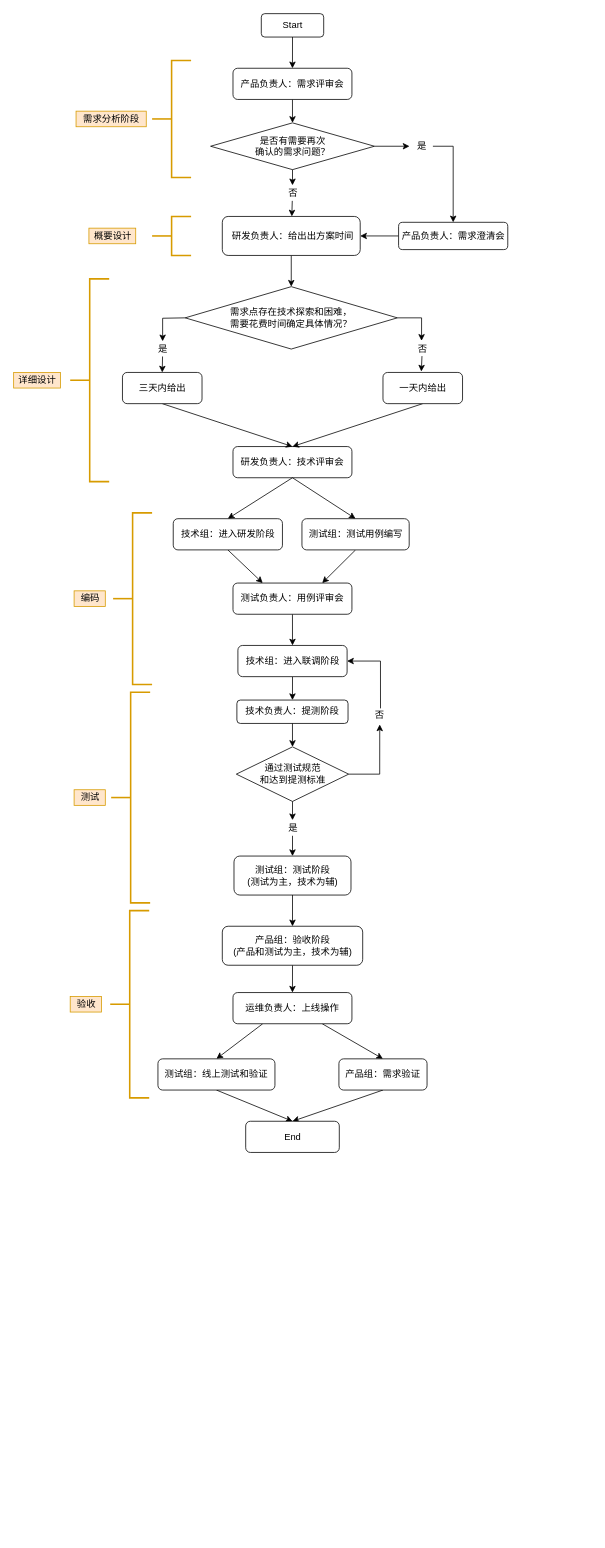
Above: 研发迭代流程图.drawio in liu12fei08fei/draw-io (draw.io), before the change. Source tidied: cells renumbered, new cells numbered last; positions are measured from the earlier drawing's top-left corner, leaving out a move shared by most shapes. Both pictures are drawn from the tidied source at 78%, with x=0, y=0 at pixel (13, 13).
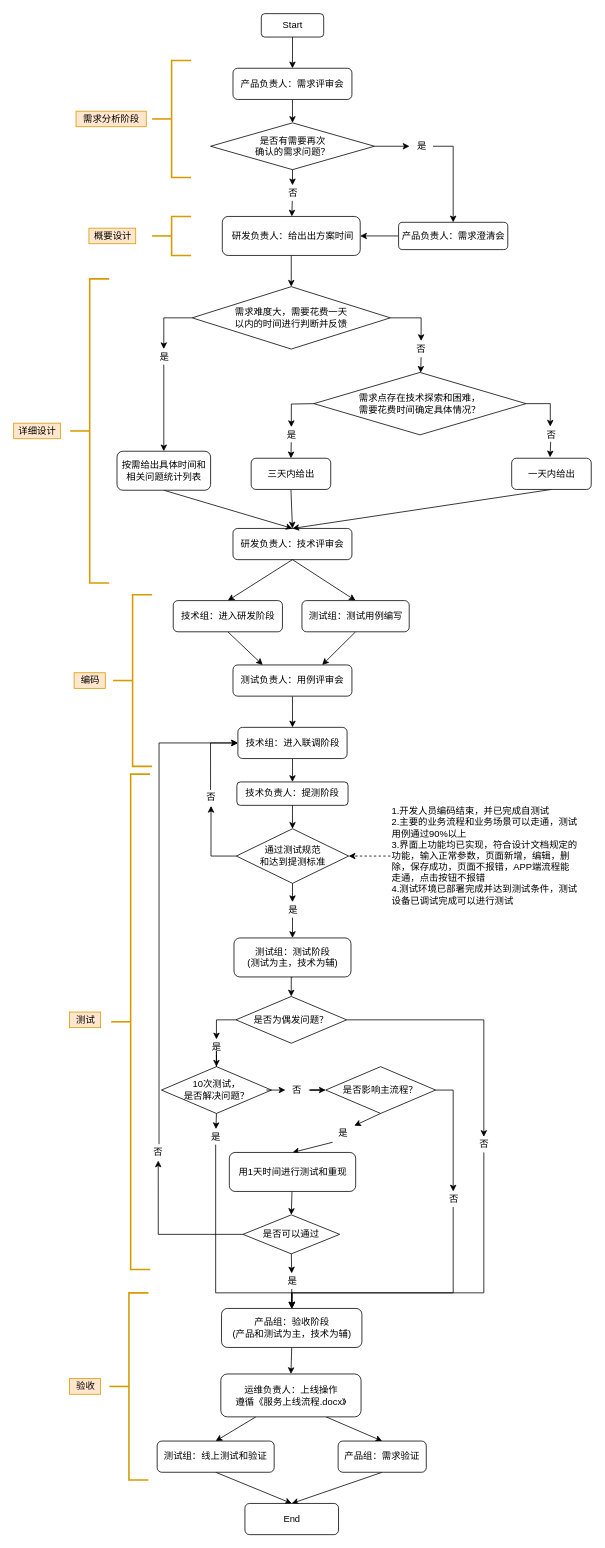
The same page after the edit.

Commit message:
更新研发迭代流程图.drawio

Unchanged cells that the change refers to:
```xml
<mxCell id="43" value="&amp;nbsp;研发负责人：给出出方案时间" style="rounded=1;whiteSpace=wrap;html=1;" parent="1" vertex="1">
  <mxGeometry x="267.5" y="260" width="176.8" height="50" as="geometry" />
</mxCell>
```

Change to the diagram source:
```diff
@@
     <mxCell id="8" value="研发负责人：技术评审会" style="rounded=1;whiteSpace=wrap;html=1;" parent="1" vertex="1">
-      <mxGeometry x="281.2" y="555" width="152.5" height="40" as="geometry" />
+      <mxGeometry x="281.2" y="660" width="152.5" height="40" as="geometry" />
     </mxCell>
@@
     <mxCell id="12" value="技术组：进入研发阶段" style="rounded=1;whiteSpace=wrap;html=1;" parent="1" vertex="1">
-      <mxGeometry x="204.6" y="647.5" width="140" height="40" as="geometry" />
+      <mxGeometry x="204.6" y="752.5" width="140" height="40" as="geometry" />
     </mxCell>
@@
     <mxCell id="14" value="测试组：测试用例编写" style="rounded=1;whiteSpace=wrap;html=1;" parent="1" vertex="1">
-      <mxGeometry x="369.6" y="647.5" width="137.5" height="40" as="geometry" />
+      <mxGeometry x="369.6" y="752.5" width="137.5" height="40" as="geometry" />
     </mxCell>
@@
     <mxCell id="16" value="测试负责人：用例评审会" style="rounded=1;whiteSpace=wrap;html=1;" parent="1" vertex="1">
-      <mxGeometry x="281.2" y="730" width="152.5" height="40" as="geometry" />
+      <mxGeometry x="281.2" y="835" width="152.5" height="40" as="geometry" />
     </mxCell>
@@
     <mxCell id="18" value="技术组：进入联调阶段" style="rounded=1;whiteSpace=wrap;html=1;" parent="1" vertex="1">
-      <mxGeometry x="287.5" y="810" width="140" height="40" as="geometry" />
+      <mxGeometry x="287.5" y="915" width="140" height="40" as="geometry" />
     </mxCell>
@@
     <mxCell id="20" value="技术负责人：提测阶段" style="rounded=1;whiteSpace=wrap;html=1;" parent="1" vertex="1">
-      <mxGeometry x="286.2" y="880" width="142.5" height="30" as="geometry" />
+      <mxGeometry x="286.2" y="985" width="142.5" height="30" as="geometry" />
     </mxCell>
-    <mxCell id="21" style="edgeStyle=none;rounded=0;jettySize=auto;html=1;exitX=0.5;exitY=1;exitDx=0;exitDy=0;entryX=0.5;entryY=0;entryDx=0;entryDy=0;" parent="1" edge="1" source="22" target="24">
-      <mxGeometry relative="1" as="geometry" />
-    </mxCell>
+    <mxCell id="72" style="edgeStyle=orthogonalEdgeStyle;rounded=0;jettySize=auto;html=1;exitX=0.5;exitY=1;exitDx=0;exitDy=0;entryX=0.5;entryY=0;entryDx=0;entryDy=0;fontSize=4;fontColor=#FFB570;" parent="1" edge="1" source="22" target="90">
+      <mxGeometry relative="1" as="geometry" />
+    </mxCell>
     <mxCell id="22" value="测试组：测试阶段&lt;br&gt;(测试为主，技术为辅)" style="rounded=1;whiteSpace=wrap;html=1;" parent="1" vertex="1">
-      <mxGeometry x="282.5" y="1080" width="150" height="50" as="geometry" />
+      <mxGeometry x="282.5" y="1185" width="150" height="50" as="geometry" />
     </mxCell>
@@
     <mxCell id="24" value="产品组：验收阶段&lt;br&gt;(产品和测试为主，技术为辅)" style="rounded=1;whiteSpace=wrap;html=1;" parent="1" vertex="1">
-      <mxGeometry x="267.5" y="1170" width="180" height="50" as="geometry" />
+      <mxGeometry x="266.5" y="1660" width="180" height="50" as="geometry" />
     </mxCell>
@@
-    <mxCell id="27" value="运维负责人：上线操作" style="rounded=1;whiteSpace=wrap;html=1;" parent="1" vertex="1">
-      <mxGeometry x="281.2" y="1255" width="152.5" height="40" as="geometry" />
+    <mxCell id="27" value="运维负责人：上线操作&lt;br&gt;遵循《服务上线流程.docx》" style="rounded=1;whiteSpace=wrap;html=1;" parent="1" vertex="1">
+      <mxGeometry x="265.6" y="1744" width="179.8" height="55" as="geometry" />
     </mxCell>
@@
     <mxCell id="29" value="测试组：线上测试和验证" style="rounded=1;whiteSpace=wrap;html=1;" parent="1" vertex="1">
-      <mxGeometry x="185" y="1340" width="150" height="40" as="geometry" />
+      <mxGeometry x="184" y="1830" width="150" height="40" as="geometry" />
     </mxCell>
     <mxCell id="30" style="edgeStyle=none;rounded=0;jettySize=auto;html=1;exitX=0.5;exitY=1;exitDx=0;exitDy=0;" parent="1" edge="1" source="31">
       <mxGeometry relative="1" as="geometry">
-        <mxPoint x="357.5" y="1420" as="targetPoint" />
+        <mxPoint x="356.5" y="1910" as="targetPoint" />
       </mxGeometry>
     </mxCell>
     <mxCell id="31" value="产品组：需求验证" style="rounded=1;whiteSpace=wrap;html=1;" parent="1" vertex="1">
-      <mxGeometry x="417" y="1340" width="113" height="40" as="geometry" />
+      <mxGeometry x="416" y="1830" width="113" height="40" as="geometry" />
     </mxCell>
     <mxCell id="32" value="End" style="rounded=1;whiteSpace=wrap;html=1;" parent="1" vertex="1">
-      <mxGeometry x="297.5" y="1420" width="120" height="40" as="geometry" />
+      <mxGeometry x="296.5" y="1910" width="120" height="40" as="geometry" />
     </mxCell>
@@
     <mxCell id="37" style="strokeWidth=2;html=1;shape=mxgraph.flowchart.annotation_2;align=left;labelPosition=right;fillColor=#ffe6cc;strokeColor=#d79b00;" parent="1" vertex="1">
-      <mxGeometry x="72.5" y="340" width="50" height="260" as="geometry" />
+      <mxGeometry x="72.5" y="340" width="50" height="390" as="geometry" />
     </mxCell>
     <mxCell id="38" value="详细设计" style="text;html=1;align=center;verticalAlign=middle;fillColor=#ffe6cc;strokeColor=#d79b00;" parent="1" vertex="1">
-      <mxGeometry y="460" width="60" height="20" as="geometry" />
+      <mxGeometry y="525" width="60" height="20" as="geometry" />
     </mxCell>
@@
-    <mxCell id="42" style="edgeStyle=none;rounded=0;jettySize=auto;html=1;exitX=0.5;exitY=1;exitDx=0;exitDy=0;entryX=0.5;entryY=0;entryDx=0;entryDy=0;" parent="1" edge="1" source="43" target="46">
-      <mxGeometry relative="1" as="geometry" />
-    </mxCell>
+    <mxCell id="73" style="rounded=0;jettySize=auto;html=1;entryX=0.5;entryY=0;entryDx=0;entryDy=0;" parent="1" edge="1" source="43" target="78">
+      <mxGeometry relative="1" as="geometry" />
+    </mxCell>
@@
     <mxCell id="46" value="需求点存在技术探索和困难，&lt;br&gt;需要花费时间确定具体情况？" style="rhombus;whiteSpace=wrap;html=1;" parent="1" vertex="1">
-      <mxGeometry x="219.9" y="350" width="272" height="80" as="geometry" />
+      <mxGeometry x="384.9" y="460" width="272" height="80" as="geometry" />
     </mxCell>
@@
     <mxCell id="48" value="三天内给出" style="rounded=1;whiteSpace=wrap;html=1;" parent="1" vertex="1">
-      <mxGeometry x="139.5" y="460" width="102" height="40" as="geometry" />
+      <mxGeometry x="304.5" y="570" width="102" height="40" as="geometry" />
     </mxCell>
@@
     <mxCell id="50" value="一天内给出" style="rounded=1;whiteSpace=wrap;html=1;" parent="1" vertex="1">
-      <mxGeometry x="473.5" y="460" width="102" height="40" as="geometry" />
+      <mxGeometry x="638.5" y="570" width="102" height="40" as="geometry" />
     </mxCell>
@@
     <mxCell id="55" value="是" style="text;html=1;align=center;verticalAlign=middle;points=[];" parent="1" vertex="1">
-      <mxGeometry x="176" y="420" width="30" height="20" as="geometry" />
+      <mxGeometry x="341" y="530" width="30" height="20" as="geometry" />
     </mxCell>
     <mxCell id="56" style="edgeStyle=orthogonalEdgeStyle;rounded=0;jettySize=auto;html=1;entryX=0.5;entryY=0;entryDx=0;entryDy=0;" parent="1" edge="1" target="55">
       <mxGeometry relative="1" as="geometry">
-        <mxPoint x="220" y="390" as="sourcePoint" />
+        <mxPoint x="385" y="500" as="sourcePoint" />
       </mxGeometry>
     </mxCell>
     <mxCell id="57" value="否" style="text;html=1;align=center;verticalAlign=middle;points=[];" parent="1" vertex="1">
-      <mxGeometry x="508.5" y="420" width="30" height="20" as="geometry" />
+      <mxGeometry x="673.5" y="530" width="30" height="20" as="geometry" />
     </mxCell>
@@
-    <mxCell id="59" style="edgeStyle=orthogonalEdgeStyle;rounded=0;jettySize=auto;html=1;exitX=0.561;exitY=0.033;exitDx=0;exitDy=0;entryX=1;entryY=0.5;entryDx=0;entryDy=0;exitPerimeter=0;" parent="1" edge="1" source="65" target="18">
-      <mxGeometry relative="1" as="geometry" />
-    </mxCell>
-    <mxCell id="60" style="edgeStyle=orthogonalEdgeStyle;rounded=0;jettySize=auto;html=1;exitX=1;exitY=0.5;exitDx=0;exitDy=0;entryX=0.528;entryY=1.067;entryDx=0;entryDy=0;entryPerimeter=0;" parent="1" edge="1" source="61" target="65">
-      <mxGeometry relative="1" as="geometry" />
-    </mxCell>
+    <mxCell id="74" style="rounded=0;jettySize=auto;html=1;exitX=0.498;exitY=0.01;exitDx=0;exitDy=0;entryX=0;entryY=0.5;entryDx=0;entryDy=0;exitPerimeter=0;edgeStyle=orthogonalEdgeStyle;" parent="1" edge="1" source="85" target="18">
+      <mxGeometry relative="1" as="geometry" />
+    </mxCell>
+    <mxCell id="75" style="edgeStyle=orthogonalEdgeStyle;rounded=0;jettySize=auto;html=1;exitX=0;exitY=0.5;exitDx=0;exitDy=0;entryX=0.518;entryY=1.039;entryDx=0;entryDy=0;entryPerimeter=0;" parent="1" edge="1" source="61" target="85">
+      <mxGeometry relative="1" as="geometry" />
+    </mxCell>
     <mxCell id="61" value="通过测试规范&lt;br&gt;和达到提测标准" style="rhombus;whiteSpace=wrap;html=1;rounded=0;" parent="1" vertex="1">
-      <mxGeometry x="285.5" y="940" width="144" height="70" as="geometry" />
+      <mxGeometry x="285.5" y="1045" width="144" height="70" as="geometry" />
     </mxCell>
@@
     <mxCell id="63" value="是" style="text;html=1;align=center;verticalAlign=middle;points=[];" parent="1" vertex="1">
-      <mxGeometry x="342.5" y="1034" width="30" height="20" as="geometry" />
+      <mxGeometry x="342.5" y="1139" width="30" height="20" as="geometry" />
     </mxCell>
@@
-    <mxCell id="65" value="否" style="text;html=1;align=center;verticalAlign=middle;points=[];" parent="1" vertex="1">
-      <mxGeometry x="453.5" y="890" width="30" height="20" as="geometry" />
-    </mxCell>
     <mxCell id="66" style="strokeWidth=2;html=1;shape=mxgraph.flowchart.annotation_2;align=left;labelPosition=right;fillColor=#ffe6cc;strokeColor=#d79b00;" parent="1" vertex="1">
-      <mxGeometry x="127.5" y="640" width="50" height="220" as="geometry" />
+      <mxGeometry x="127.5" y="745" width="50" height="220" as="geometry" />
     </mxCell>
     <mxCell id="67" value="编码" style="text;html=1;align=center;verticalAlign=middle;fillColor=#ffe6cc;strokeColor=#d79b00;" parent="1" vertex="1">
-      <mxGeometry x="77.5" y="740" width="40" height="20" as="geometry" />
+      <mxGeometry x="77.5" y="845" width="40" height="20" as="geometry" />
     </mxCell>
     <mxCell id="68" style="strokeWidth=2;html=1;shape=mxgraph.flowchart.annotation_2;align=left;labelPosition=right;fillColor=#ffe6cc;strokeColor=#d79b00;" parent="1" vertex="1">
-      <mxGeometry x="125" y="870" width="50" height="270" as="geometry" />
+      <mxGeometry x="125" y="975" width="50" height="635" as="geometry" />
     </mxCell>
     <mxCell id="69" value="测试" style="text;html=1;align=center;verticalAlign=middle;fillColor=#ffe6cc;strokeColor=#d79b00;" parent="1" vertex="1">
-      <mxGeometry x="77.5" y="995" width="40" height="20" as="geometry" />
+      <mxGeometry x="71.5" y="1280" width="40" height="20" as="geometry" />
     </mxCell>
     <mxCell id="70" style="strokeWidth=2;html=1;shape=mxgraph.flowchart.annotation_2;align=left;labelPosition=right;fillColor=#ffe6cc;strokeColor=#d79b00;" parent="1" vertex="1">
-      <mxGeometry x="123.8" y="1150" width="50" height="240" as="geometry" />
+      <mxGeometry x="122.8" y="1640" width="50" height="240" as="geometry" />
     </mxCell>
     <mxCell id="71" value="验收" style="text;html=1;align=center;verticalAlign=middle;fillColor=#ffe6cc;strokeColor=#d79b00;" parent="1" vertex="1">
-      <mxGeometry x="72.5" y="1260" width="40" height="20" as="geometry" />
+      <mxGeometry x="71.5" y="1750" width="40" height="20" as="geometry" />
     </mxCell>
+    <mxCell id="76" style="edgeStyle=orthogonalEdgeStyle;rounded=0;jettySize=auto;html=1;exitX=0.5;exitY=1;exitDx=0;exitDy=0;exitPerimeter=0;" parent="1" edge="1" source="81" target="80">
+      <mxGeometry relative="1" as="geometry" />
+    </mxCell>
+    <mxCell id="77" style="rounded=0;jettySize=auto;html=1;exitX=0.509;exitY=1.025;exitDx=0;exitDy=0;exitPerimeter=0;" parent="1" edge="1" source="83" target="46">
+      <mxGeometry relative="1" as="geometry" />
+    </mxCell>
+    <mxCell id="78" value="需求难度大，需要花费一天&lt;br&gt;以内的时间进行判断并反馈" style="rhombus;whiteSpace=wrap;html=1;" parent="1" vertex="1">
+      <mxGeometry x="228.9" y="350" width="254" height="80" as="geometry" />
+    </mxCell>
+    <mxCell id="79" style="edgeStyle=none;rounded=0;jettySize=auto;html=1;exitX=0.5;exitY=1;exitDx=0;exitDy=0;entryX=0.5;entryY=0;entryDx=0;entryDy=0;" parent="1" edge="1" source="80" target="8">
+      <mxGeometry relative="1" as="geometry" />
+    </mxCell>
+    <mxCell id="80" value="按需给出具体时间和相关问题统计列表" style="rounded=1;whiteSpace=wrap;html=1;" parent="1" vertex="1">
+      <mxGeometry x="132.5" y="561" width="120" height="50" as="geometry" />
+    </mxCell>
+    <mxCell id="81" value="是" style="text;html=1;align=center;verticalAlign=middle;points=[];" parent="1" vertex="1">
+      <mxGeometry x="177.5" y="430" width="30" height="20" as="geometry" />
+    </mxCell>
+    <mxCell id="82" style="rounded=0;jettySize=auto;html=1;exitX=0;exitY=0.5;exitDx=0;exitDy=0;entryX=0.5;entryY=0;entryDx=0;entryDy=0;entryPerimeter=0;edgeStyle=orthogonalEdgeStyle;" parent="1" edge="1" source="78" target="81">
+      <mxGeometry relative="1" as="geometry" />
+    </mxCell>
+    <mxCell id="83" value="否" style="text;html=1;align=center;verticalAlign=middle;points=[];" parent="1" vertex="1">
+      <mxGeometry x="507.1" y="420" width="30" height="20" as="geometry" />
+    </mxCell>
+    <mxCell id="84" style="edgeStyle=orthogonalEdgeStyle;rounded=0;jettySize=auto;html=1;exitX=1;exitY=0.5;exitDx=0;exitDy=0;entryX=0.509;entryY=-0.017;entryDx=0;entryDy=0;entryPerimeter=0;" parent="1" edge="1" source="78" target="83">
+      <mxGeometry relative="1" as="geometry" />
+    </mxCell>
+    <mxCell id="85" value="否" style="text;html=1;align=center;verticalAlign=middle;points=[];" parent="1" vertex="1">
+      <mxGeometry x="237.5" y="995" width="30" height="20" as="geometry" />
+    </mxCell>
+    <mxCell id="86" style="edgeStyle=orthogonalEdgeStyle;rounded=0;jettySize=auto;html=1;entryX=1;entryY=0.5;entryDx=0;entryDy=0;fontSize=4;fontColor=#FFB570;dashed=1;" parent="1" edge="1" source="87" target="61">
+      <mxGeometry relative="1" as="geometry" />
+    </mxCell>
+    <mxCell id="87" value="&lt;div style=&quot;font-size: 12px;&quot;&gt;1.开发人员编码结束，并已完成自测试&lt;/div&gt;&lt;div style=&quot;font-size: 12px;&quot;&gt;2.主要的业务流程和业务场景可以走通，测试用例通过90%以上&lt;/div&gt;&lt;div style=&quot;font-size: 12px;&quot;&gt;3.界面上功能均已实现，符合设计文档规定的功能，输入正常参数，页面新增，编辑，删除，保存成功，页面不报错，APP端流程能走通，点击按钮不报错&lt;/div&gt;&lt;div style=&quot;font-size: 12px;&quot;&gt;4.测试环境已部署完成并达到测试条件，测试设备已调试完成可以进行测试&lt;/div&gt;" style="text;strokeColor=none;fillColor=none;html=1;whiteSpace=wrap;verticalAlign=middle;overflow=hidden;fontSize=12;" parent="1" vertex="1">
+      <mxGeometry x="482.9" y="1010" width="239.9" height="140" as="geometry" />
+    </mxCell>
+    <mxCell id="88" style="edgeStyle=orthogonalEdgeStyle;rounded=0;jettySize=auto;html=1;fontSize=4;fontColor=#FFB570;exitX=0.5;exitY=1;exitDx=0;exitDy=0;exitPerimeter=0;" parent="1" edge="1" source="97" target="93">
+      <mxGeometry relative="1" as="geometry" />
+    </mxCell>
+    <mxCell id="89" style="rounded=0;jettySize=auto;html=1;exitX=0.5;exitY=1;exitDx=0;exitDy=0;entryX=0.5;entryY=0;entryDx=0;entryDy=0;edgeStyle=orthogonalEdgeStyle;exitPerimeter=0;" parent="1" edge="1" source="116" target="24">
+      <mxGeometry relative="1" as="geometry">
+        <Array as="points">
+          <mxPoint x="603" y="1640" />
+          <mxPoint x="357" y="1640" />
+        </Array>
+      </mxGeometry>
+    </mxCell>
+    <mxCell id="90" value="&lt;font color=&quot;#000000&quot; style=&quot;font-size: 12px;&quot;&gt;是否为偶发问题？&lt;/font&gt;" style="rhombus;whiteSpace=wrap;html=1;fontSize=12;fontColor=#FFB570;" parent="1" vertex="1">
+      <mxGeometry x="284.9" y="1260" width="142" height="60" as="geometry" />
+    </mxCell>
+    <mxCell id="91" style="edgeStyle=orthogonalEdgeStyle;rounded=0;jettySize=auto;html=1;entryX=0;entryY=0.5;entryDx=0;entryDy=0;fontSize=4;fontColor=#FFB570;" parent="1" edge="1" source="99" target="96">
+      <mxGeometry relative="1" as="geometry" />
+    </mxCell>
+    <mxCell id="92" style="rounded=0;jettySize=auto;html=1;exitX=0.5;exitY=1;exitDx=0;exitDy=0;edgeStyle=orthogonalEdgeStyle;" parent="1" edge="1" source="114" target="24">
+      <mxGeometry relative="1" as="geometry">
+        <Array as="points">
+          <mxPoint x="259" y="1640" />
+          <mxPoint x="357" y="1640" />
+        </Array>
+      </mxGeometry>
+    </mxCell>
+    <mxCell id="93" value="&lt;font color=&quot;#000000&quot; style=&quot;font-size: 12px;&quot;&gt;10次测试，&lt;br style=&quot;font-size: 12px;&quot;&gt;是否解决问题？&lt;/font&gt;" style="rhombus;whiteSpace=wrap;html=1;fontSize=12;fontColor=#FFB570;" parent="1" vertex="1">
+      <mxGeometry x="189.5" y="1350" width="141" height="60" as="geometry" />
+    </mxCell>
+    <mxCell id="94" style="rounded=0;jettySize=auto;html=1;exitX=0.083;exitY=1.098;exitDx=0;exitDy=0;entryX=0.5;entryY=0;entryDx=0;entryDy=0;fontSize=4;fontColor=#FFB570;exitPerimeter=0;" parent="1" edge="1" source="103" target="102">
+      <mxGeometry relative="1" as="geometry" />
+    </mxCell>
+    <mxCell id="95" style="rounded=0;jettySize=auto;html=1;entryX=0.5;entryY=0;entryDx=0;entryDy=0;exitX=0.5;exitY=1;exitDx=0;exitDy=0;edgeStyle=orthogonalEdgeStyle;exitPerimeter=0;" parent="1" edge="1" source="112" target="24">
+      <mxGeometry relative="1" as="geometry">
+        <Array as="points">
+          <mxPoint x="564" y="1640" />
+          <mxPoint x="357" y="1640" />
+        </Array>
+      </mxGeometry>
+    </mxCell>
+    <mxCell id="96" value="&lt;font color=&quot;#000000&quot; style=&quot;font-size: 12px;&quot;&gt;是否影响主流程？&lt;/font&gt;" style="rhombus;whiteSpace=wrap;html=1;fontSize=12;fontColor=#FFB570;" parent="1" vertex="1">
+      <mxGeometry x="400" y="1350" width="141" height="60" as="geometry" />
+    </mxCell>
+    <mxCell id="97" value="&lt;font color=&quot;#000000&quot; style=&quot;font-size: 12px;&quot;&gt;是&lt;/font&gt;" style="text;html=1;align=center;verticalAlign=middle;points=[];fontSize=12;fontColor=#FFB570;" parent="1" vertex="1">
+      <mxGeometry x="245" y="1315" width="30" height="20" as="geometry" />
+    </mxCell>
+    <mxCell id="98" style="edgeStyle=orthogonalEdgeStyle;rounded=0;jettySize=auto;html=1;fontSize=4;fontColor=#FFB570;exitX=0;exitY=0.5;exitDx=0;exitDy=0;entryX=0.5;entryY=0;entryDx=0;entryDy=0;entryPerimeter=0;" parent="1" edge="1" source="90" target="97">
+      <mxGeometry relative="1" as="geometry" />
+    </mxCell>
+    <mxCell id="99" value="&lt;font color=&quot;#000000&quot; style=&quot;font-size: 12px;&quot;&gt;否&lt;/font&gt;" style="text;html=1;align=center;verticalAlign=middle;points=[];fontSize=12;fontColor=#FFB570;" parent="1" vertex="1">
+      <mxGeometry x="348.4" y="1370" width="30" height="20" as="geometry" />
+    </mxCell>
+    <mxCell id="100" style="edgeStyle=orthogonalEdgeStyle;rounded=0;jettySize=auto;html=1;entryX=0;entryY=0.5;entryDx=0;entryDy=0;fontSize=4;fontColor=#FFB570;" parent="1" edge="1" target="99">
+      <mxGeometry relative="1" as="geometry">
+        <mxPoint x="324" y="1380" as="sourcePoint" />
+      </mxGeometry>
+    </mxCell>
+    <mxCell id="101" style="edgeStyle=none;rounded=0;jettySize=auto;html=1;entryX=0.5;entryY=0;entryDx=0;entryDy=0;fontSize=4;fontColor=#FFB570;" parent="1" edge="1" source="102" target="107">
+      <mxGeometry relative="1" as="geometry" />
+    </mxCell>
+    <mxCell id="102" value="&lt;font color=&quot;#000000&quot; style=&quot;font-size: 12px;&quot;&gt;用1天时间进行测试和重现&lt;/font&gt;" style="rounded=1;whiteSpace=wrap;html=1;fontSize=12;fontColor=#FFB570;" parent="1" vertex="1">
+      <mxGeometry x="276.5" y="1460" width="162" height="50" as="geometry" />
+    </mxCell>
+    <mxCell id="103" value="&lt;font color=&quot;#000000&quot; style=&quot;font-size: 12px;&quot;&gt;是&lt;/font&gt;" style="text;html=1;align=center;verticalAlign=middle;points=[];fontSize=12;fontColor=#FFB570;" parent="1" vertex="1">
+      <mxGeometry x="406.5" y="1425" width="30" height="20" as="geometry" />
+    </mxCell>
+    <mxCell id="104" style="rounded=0;jettySize=auto;html=1;exitX=0.5;exitY=1;exitDx=0;exitDy=0;entryX=1.007;entryY=0.036;entryDx=0;entryDy=0;fontSize=4;fontColor=#FFB570;entryPerimeter=0;" parent="1" edge="1" source="96" target="103">
+      <mxGeometry relative="1" as="geometry" />
+    </mxCell>
+    <mxCell id="105" style="edgeStyle=none;rounded=0;jettySize=auto;html=1;exitX=0.5;exitY=1;exitDx=0;exitDy=0;entryX=0.5;entryY=0;entryDx=0;entryDy=0;fontSize=4;fontColor=#FFB570;" parent="1" edge="1" source="108" target="24">
+      <mxGeometry relative="1" as="geometry" />
+    </mxCell>
+    <mxCell id="106" style="rounded=0;jettySize=auto;html=1;exitX=0.546;exitY=-0.031;exitDx=0;exitDy=0;entryX=0;entryY=0.5;entryDx=0;entryDy=0;exitPerimeter=0;edgeStyle=orthogonalEdgeStyle;" parent="1" edge="1" source="110" target="18">
+      <mxGeometry relative="1" as="geometry" />
+    </mxCell>
+    <mxCell id="107" value="&lt;font color=&quot;#000000&quot; style=&quot;font-size: 12px;&quot;&gt;是否可以通过&lt;/font&gt;" style="rhombus;whiteSpace=wrap;html=1;fontSize=12;fontColor=#FFB570;" parent="1" vertex="1">
+      <mxGeometry x="294" y="1540" width="124" height="50" as="geometry" />
+    </mxCell>
+    <mxCell id="108" value="&lt;font color=&quot;#000000&quot; style=&quot;font-size: 12px;&quot;&gt;是&lt;/font&gt;" style="text;html=1;align=center;verticalAlign=middle;points=[];fontSize=12;fontColor=#FFB570;" parent="1" vertex="1">
+      <mxGeometry x="341.5" y="1615" width="30" height="20" as="geometry" />
+    </mxCell>
+    <mxCell id="109" style="edgeStyle=none;rounded=0;jettySize=auto;html=1;exitX=0.5;exitY=1;exitDx=0;exitDy=0;entryX=0.5;entryY=0;entryDx=0;entryDy=0;fontSize=4;fontColor=#FFB570;" parent="1" edge="1" source="107" target="108">
+      <mxGeometry relative="1" as="geometry" />
+    </mxCell>
+    <mxCell id="110" value="否" style="text;html=1;align=center;verticalAlign=middle;points=[];" parent="1" vertex="1">
+      <mxGeometry x="170" y="1450" width="30" height="20" as="geometry" />
+    </mxCell>
+    <mxCell id="111" style="rounded=0;jettySize=auto;html=1;exitX=0;exitY=0.5;exitDx=0;exitDy=0;edgeStyle=orthogonalEdgeStyle;entryX=0.512;entryY=1.019;entryDx=0;entryDy=0;entryPerimeter=0;" parent="1" edge="1" source="107" target="110">
+      <mxGeometry relative="1" as="geometry" />
+    </mxCell>
+    <mxCell id="112" value="否" style="text;html=1;align=center;verticalAlign=middle;points=[];" parent="1" vertex="1">
+      <mxGeometry x="548.5" y="1510" width="30" height="20" as="geometry" />
+    </mxCell>
+    <mxCell id="113" style="rounded=0;jettySize=auto;html=1;entryX=0.5;entryY=0;entryDx=0;entryDy=0;exitX=1;exitY=0.5;exitDx=0;exitDy=0;edgeStyle=orthogonalEdgeStyle;" parent="1" edge="1" source="96" target="112">
+      <mxGeometry relative="1" as="geometry" />
+    </mxCell>
+    <mxCell id="114" value="是" style="text;html=1;align=center;verticalAlign=middle;points=[];" parent="1" vertex="1">
+      <mxGeometry x="244" y="1430" width="30" height="20" as="geometry" />
+    </mxCell>
+    <mxCell id="115" style="rounded=0;jettySize=auto;html=1;exitX=0.5;exitY=1;exitDx=0;exitDy=0;" parent="1" edge="1" source="93" target="114">
+      <mxGeometry relative="1" as="geometry" />
+    </mxCell>
+    <mxCell id="116" value="否" style="text;html=1;align=center;verticalAlign=middle;points=[];" parent="1" vertex="1">
+      <mxGeometry x="587.8" y="1440" width="30" height="20" as="geometry" />
+    </mxCell>
+    <mxCell id="117" style="rounded=0;jettySize=auto;html=1;exitX=1;exitY=0.5;exitDx=0;exitDy=0;entryX=0.5;entryY=0;entryDx=0;entryDy=0;edgeStyle=orthogonalEdgeStyle;" parent="1" edge="1" source="90" target="116">
+      <mxGeometry relative="1" as="geometry" />
+    </mxCell>
```
